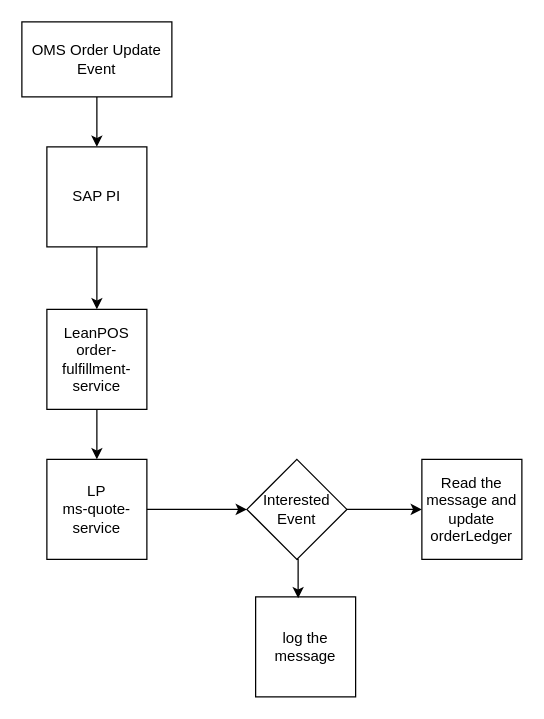
The draw.io diagram gv/Untitled Diagram.drawio in learnacha/flow-charts, before the edit. Source tidied: cells renumbered, new cells numbered last; positions are measured from the earlier drawing's top-left corner, leaving out a move shared by most shapes. Both pictures are drawn from the tidied source at 125%, with x=0, y=0 at pixel (21, 21).
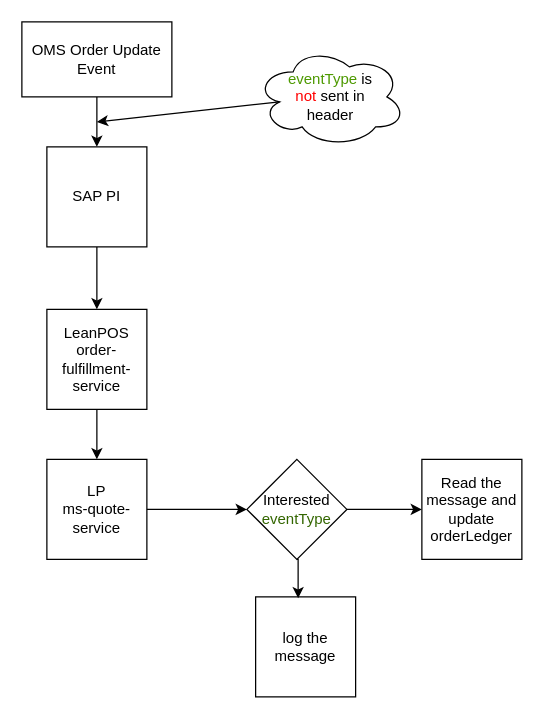
After the change.

Diff of the diagram source:
```diff
@@
 <mxGraphModel>
   <root>
     <mxCell id="0" />
     <mxCell id="1" parent="0" />
     <mxCell id="2" value="OMS Order Update Event" style="rounded=0;whiteSpace=wrap;html=1;" parent="1" vertex="1">
       <mxGeometry width="120" height="60" as="geometry" />
     </mxCell>
     <mxCell id="3" value="SAP PI" style="whiteSpace=wrap;html=1;" parent="1" vertex="1">
       <mxGeometry x="20" y="100" width="80" height="80" as="geometry" />
     </mxCell>
     <mxCell id="4" value="LeanPOS order-fulfillment-service" style="whiteSpace=wrap;html=1;" parent="1" vertex="1">
       <mxGeometry x="20" y="230" width="80" height="80" as="geometry" />
     </mxCell>
     <mxCell id="5" style="endArrow=classic;html=1;rounded=0;exitX=0.5;exitY=1;exitDx=0;exitDy=0;" parent="1" edge="1" source="2" target="3">
       <mxGeometry relative="1" as="geometry" />
     </mxCell>
     <mxCell id="6" style="endArrow=classic;html=1;rounded=0;exitX=0.5;exitY=1;exitDx=0;exitDy=0;entryX=0.5;entryY=0;entryDx=0;entryDy=0;" parent="1" edge="1" source="3" target="4">
       <mxGeometry relative="1" as="geometry" />
     </mxCell>
     <mxCell id="7" value="LP&lt;br&gt;ms-quote-service" style="whiteSpace=wrap;html=1;" parent="1" vertex="1">
       <mxGeometry x="20" y="350" width="80" height="80" as="geometry" />
     </mxCell>
     <mxCell id="8" style="edgeStyle=orthogonalEdgeStyle;rounded=0;jettySize=auto;html=1;" parent="1" edge="1" source="9" target="10">
       <mxGeometry relative="1" as="geometry" />
     </mxCell>
-    <mxCell id="9" value="Interested Event" style="rhombus;whiteSpace=wrap;html=1;" parent="1" vertex="1">
+    <mxCell id="9" value="Interested &lt;font color=&quot;#336600&quot;&gt;eventType&lt;/font&gt;" style="rhombus;whiteSpace=wrap;html=1;" parent="1" vertex="1">
       <mxGeometry x="180" y="350" width="80" height="80" as="geometry" />
     </mxCell>
     <mxCell id="10" value="Read the message and update orderLedger" style="whiteSpace=wrap;html=1;" parent="1" vertex="1">
       <mxGeometry x="320" y="350" width="80" height="80" as="geometry" />
     </mxCell>
     <mxCell id="11" value="log the message" style="whiteSpace=wrap;html=1;" parent="1" vertex="1">
       <mxGeometry x="187" y="460" width="80" height="80" as="geometry" />
     </mxCell>
     <mxCell id="12" style="endArrow=classic;html=1;rounded=0;exitX=0.5;exitY=1;exitDx=0;exitDy=0;entryX=0.5;entryY=0;entryDx=0;entryDy=0;" parent="1" edge="1" source="4" target="7">
       <mxGeometry relative="1" as="geometry" />
     </mxCell>
     <mxCell id="13" style="endArrow=classic;html=1;rounded=0;exitX=1;exitY=0.5;exitDx=0;exitDy=0;entryX=0;entryY=0.5;entryDx=0;entryDy=0;" parent="1" edge="1" source="7" target="9">
       <mxGeometry relative="1" as="geometry" />
     </mxCell>
     <mxCell id="14" style="edgeStyle=orthogonalEdgeStyle;rounded=0;jettySize=auto;html=1;exitX=0.5;exitY=1;exitDx=0;exitDy=0;entryX=0.425;entryY=0.013;entryDx=0;entryDy=0;entryPerimeter=0;" parent="1" edge="1" source="9" target="11">
       <mxGeometry relative="1" as="geometry" />
     </mxCell>
+    <mxCell id="15" value="&lt;font color=&quot;#4d9900&quot;&gt;eventType&lt;/font&gt; is &lt;br&gt;&lt;font color=&quot;#ff0000&quot;&gt;not&lt;/font&gt; sent in &lt;br&gt;header" style="ellipse;shape=cloud;whiteSpace=wrap;html=1;" parent="1" vertex="1">
+      <mxGeometry x="187" y="20" width="120" height="80" as="geometry" />
+    </mxCell>
+    <mxCell id="16" style="endArrow=classic;html=1;rounded=0;exitX=0.16;exitY=0.55;exitDx=0;exitDy=0;exitPerimeter=0;" parent="1" edge="1" source="15">
+      <mxGeometry relative="1" as="geometry">
+        <mxPoint x="60" y="80" as="targetPoint" />
+      </mxGeometry>
+    </mxCell>
   </root>
 </mxGraphModel>
```
